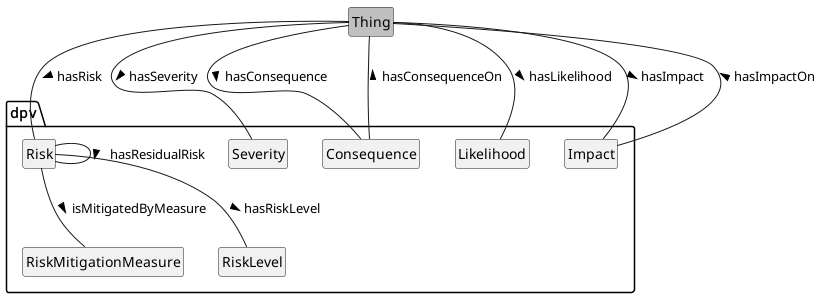
This is media/risk.png from jeswr/dpv, a PlantUML export, as it was before one commit.
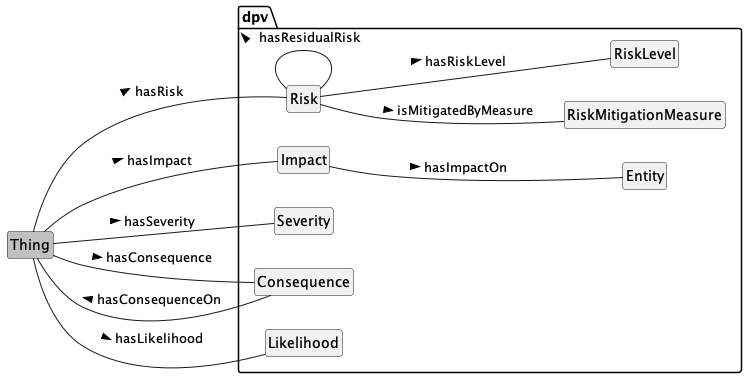
The same diagram one commit later.

Diff of the diagram source:
```diff
@@ -1,8 +1,10 @@
 @startuml
 !include style.plantuml
+left to right direction
 
 class Thing #silver
 package dpv {
+	class Entity
 	class Risk
 	class RiskMitigationMeasure
 	class RiskLevel
@@ -16,7 +18,7 @@
 Thing -- Consequence: hasConsequence >
 Consequence -- Thing: hasConsequenceOn >
 Thing -- Impact: hasImpact >
-Impact -- Thing: hasImpactOn >
+Impact -d- Entity: hasImpactOn >
 Thing -- Severity: hasSeverity >
 Thing -- Likelihood: hasLikelihood >
 Risk -- Risk: hasResidualRisk >
```
